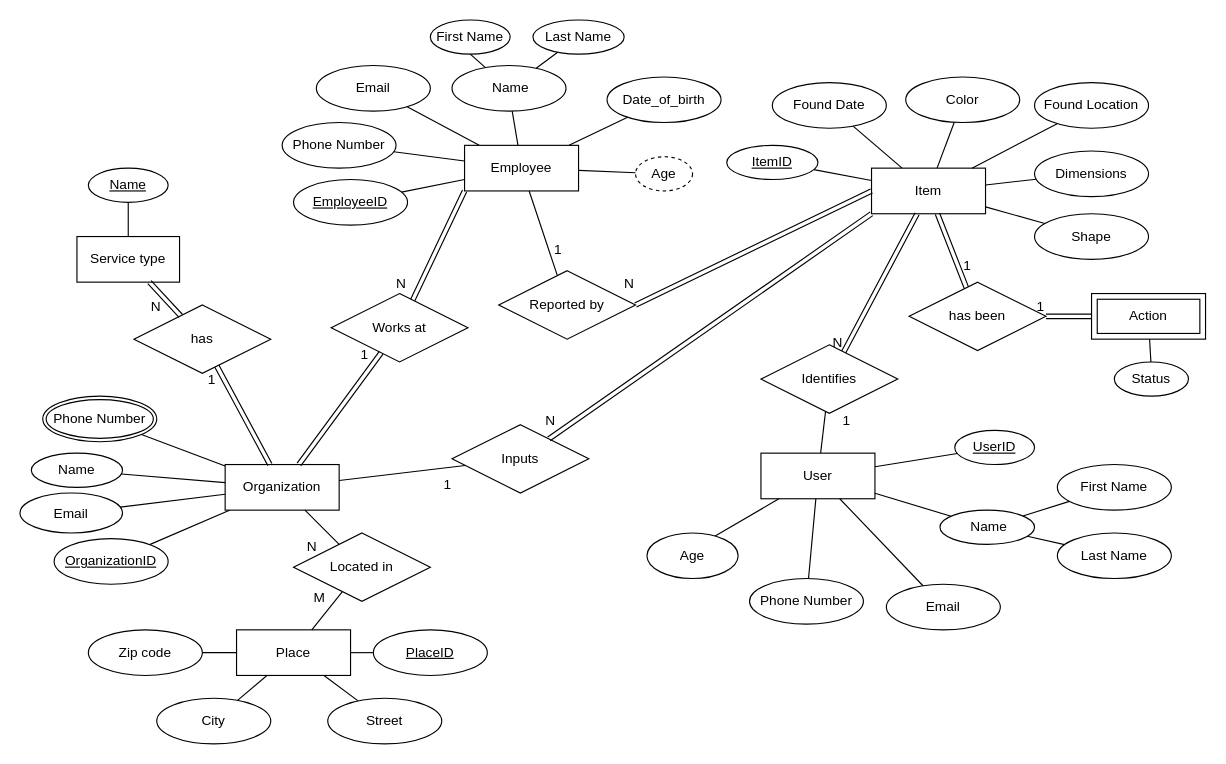
The draw.io diagram conceptual model.drawio in igor2080/db1_large_project, before the edit. Source tidied: cells renumbered, new cells numbered last; positions are measured from the earlier drawing's top-left corner, leaving out a move shared by most shapes. Both pictures are drawn from the tidied source at 114%, with x=0, y=0 at pixel (19, 19).
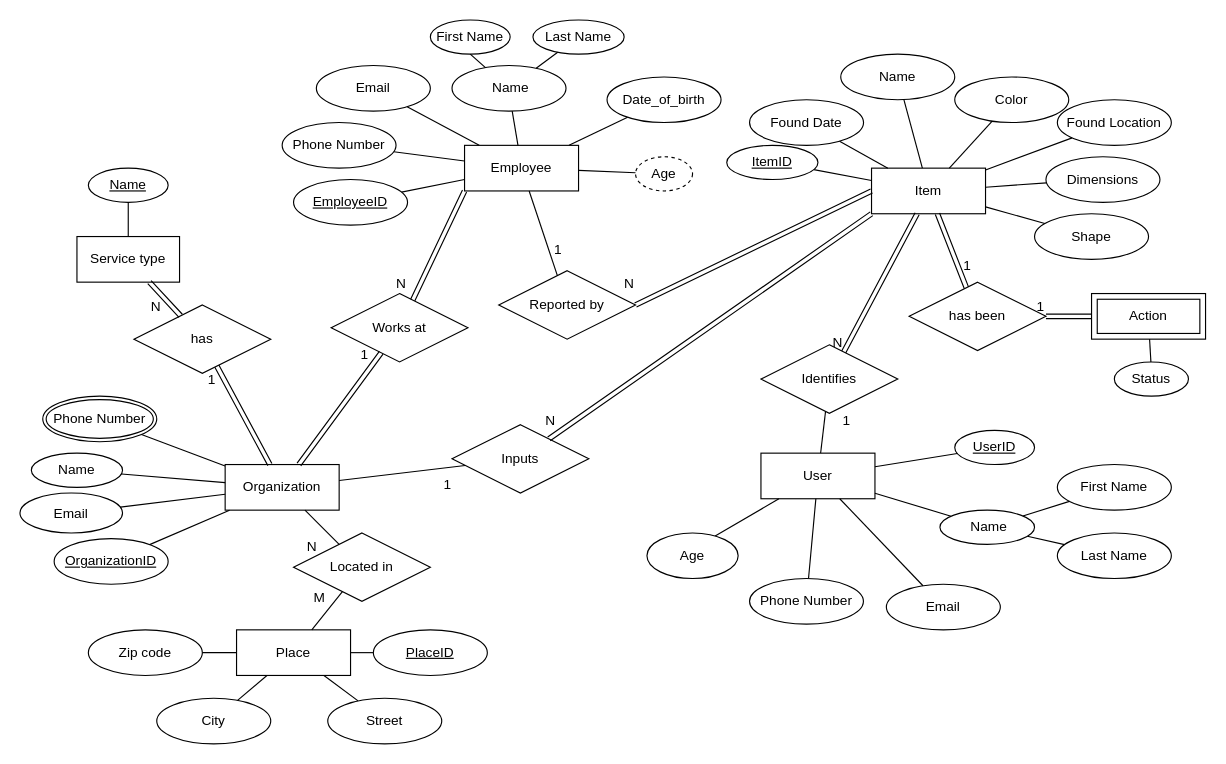
After the change.

Commit message (it also covers changes not shown here):
add name field to item

Unchanged cells that the change refers to:
```xml
<mxCell id="3" value="Item" style="whiteSpace=wrap;html=1;align=center;" parent="1" vertex="1">
  <mxGeometry x="747" y="130" width="100" height="40" as="geometry" />
</mxCell>
```

What changed in the source:
```diff
@@
     <mxCell id="2" value="Color" style="ellipse;whiteSpace=wrap;html=1;align=center;" parent="1" vertex="1">
-      <mxGeometry x="777" y="50" width="100" height="40" as="geometry" />
+      <mxGeometry x="820" y="50" width="100" height="40" as="geometry" />
     </mxCell>
@@
     <mxCell id="6" value="Dimensions" style="ellipse;whiteSpace=wrap;html=1;align=center;" parent="1" vertex="1">
-      <mxGeometry x="890" y="115" width="100" height="40" as="geometry" />
+      <mxGeometry x="900" y="120" width="100" height="40" as="geometry" />
     </mxCell>
@@
     <mxCell id="9" value="Found Date" style="ellipse;whiteSpace=wrap;html=1;align=center;" parent="1" vertex="1">
-      <mxGeometry x="660" y="55" width="100" height="40" as="geometry" />
+      <mxGeometry x="640" y="70" width="100" height="40" as="geometry" />
     </mxCell>
@@
     <mxCell id="14" value="Found Location" style="ellipse;whiteSpace=wrap;html=1;align=center;" parent="1" vertex="1">
-      <mxGeometry x="890" y="55" width="100" height="40" as="geometry" />
+      <mxGeometry x="910" y="70" width="100" height="40" as="geometry" />
     </mxCell>
@@
+    <mxCell id="111" value="Name" style="ellipse;whiteSpace=wrap;html=1;align=center;" parent="1" vertex="1">
+      <mxGeometry x="720" y="30" width="100" height="40" as="geometry" />
+    </mxCell>
+    <mxCell id="112" style="endArrow=none;html=1;rounded=0;" parent="1" edge="1" source="3" target="111">
+      <mxGeometry relative="1" as="geometry" />
+    </mxCell>
```
